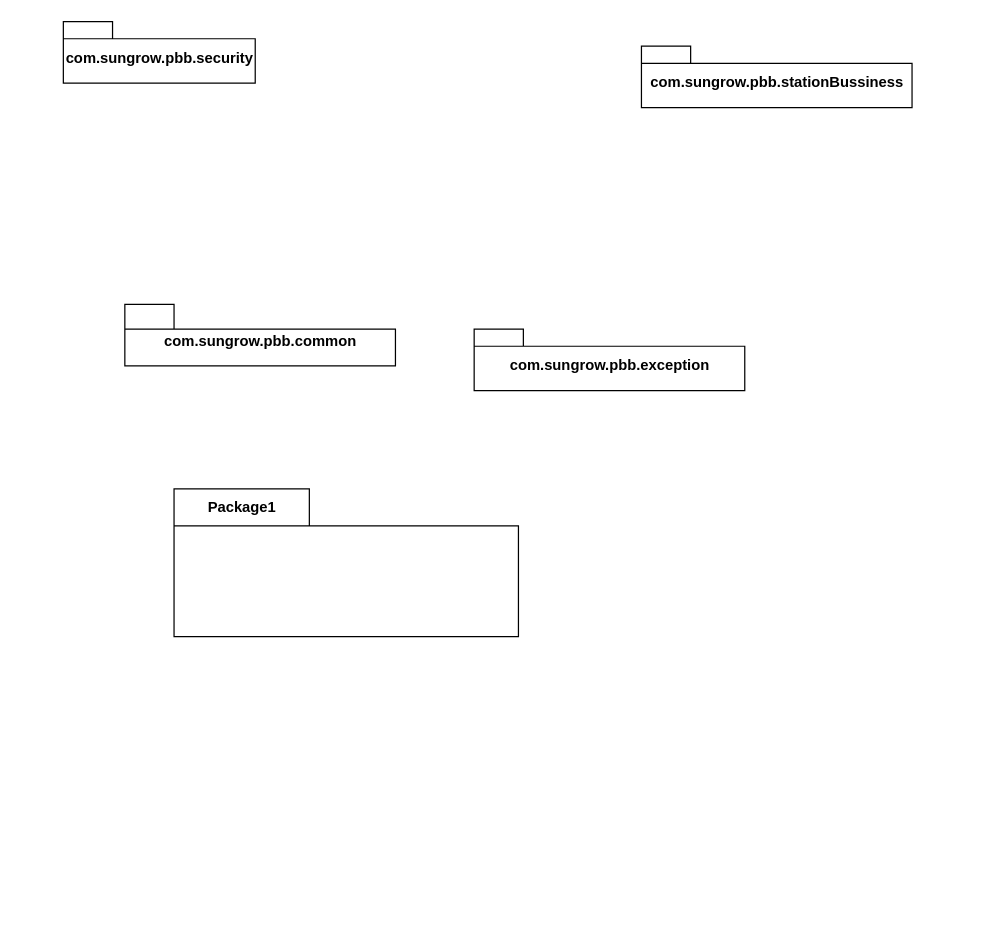
Above: page "静态包结构" (3 of 3) of package.drawio in gg2herry/drawio (draw.io), before the change. Source tidied: cells renumbered, new cells numbered last; positions are measured from the earlier drawing's top-left corner, leaving out a move shared by most shapes. Both pictures are drawn from the tidied source at 123%, with x=0, y=0 at pixel (63, 21).
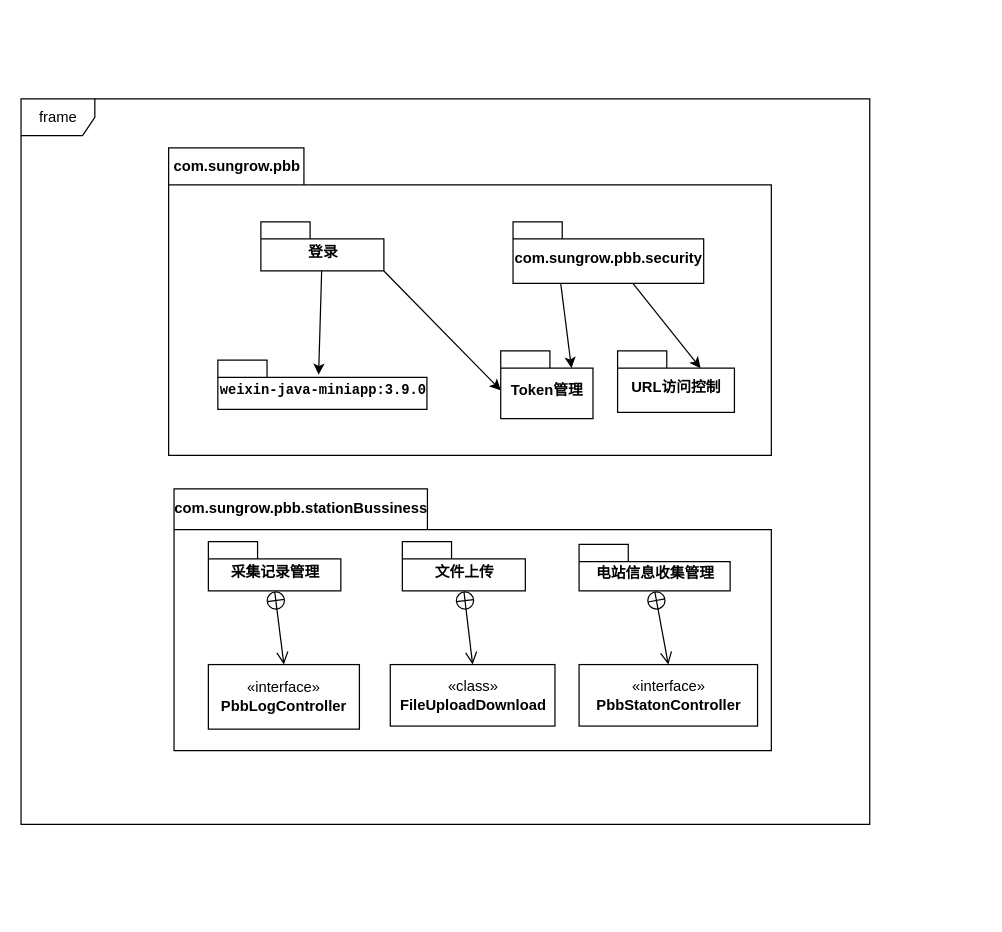
The same page after the edit.

What changed in the source:
```diff
@@
+    <mxCell id="7" style="group;" parent="1" vertex="1">
+      <mxGeometry x="85.6" y="102.8" width="660" height="620" as="geometry" />
+    </mxCell>
+    <mxCell id="8" style="group;" parent="7" vertex="1">
+      <mxGeometry width="570" height="550" as="geometry" />
+    </mxCell>
+    <mxCell id="9" value="frame" style="shape=umlFrame;whiteSpace=wrap;html=1;" parent="8" vertex="1">
+      <mxGeometry x="-120" y="-40" width="690" height="590" as="geometry" />
+    </mxCell>
+    <mxCell id="10" value="com.sungrow.pbb" style="shape=folder;fontStyle=1;tabWidth=110;tabHeight=30;tabPosition=left;html=1;boundedLbl=1;labelInHeader=1;" parent="8" vertex="1">
+      <mxGeometry width="490" height="250" as="geometry" />
+    </mxCell>
-    <mxCell id="2" value="com.sungrow.pbb.security" style="shape=folder;fontStyle=1;spacingTop=10;tabWidth=40;tabHeight=14;tabPosition=left;html=1;align=center;" parent="1" vertex="1">
-      <mxGeometry width="156" height="50" as="geometry" />
+    <mxCell id="2" value="com.sungrow.pbb.security" style="shape=folder;fontStyle=1;spacingTop=10;tabWidth=40;tabHeight=14;tabPosition=left;html=1;align=center;" parent="8" vertex="1">
+      <mxGeometry x="280" y="60" width="155" height="50" as="geometry" />
     </mxCell>
-    <mxCell id="3" value="com.sungrow.pbb.stationBussiness" style="shape=folder;fontStyle=1;spacingTop=10;tabWidth=40;tabHeight=14;tabPosition=left;html=1;align=center;" parent="1" vertex="1">
-      <mxGeometry x="470" y="20" width="220" height="50" as="geometry" />
-    </mxCell>
-    <mxCell id="4" value="com.sungrow.pbb.common" style="shape=folder;fontStyle=1;spacingTop=10;tabWidth=40;tabHeight=20;tabPosition=left;html=1;align=center;" parent="1" vertex="1">
-      <mxGeometry x="50" y="230" width="220" height="50" as="geometry" />
-    </mxCell>
-    <mxCell id="5" value="com.sungrow.pbb.exception&lt;br&gt;" style="shape=folder;fontStyle=1;spacingTop=10;tabWidth=40;tabHeight=14;tabPosition=left;html=1;align=center;" parent="1" vertex="1">
-      <mxGeometry x="334" y="250" width="220" height="50" as="geometry" />
-    </mxCell>
+    <mxCell id="11" value="登录" style="shape=folder;fontStyle=1;spacingTop=10;tabWidth=40;tabHeight=14;tabPosition=left;html=1;align=center;" parent="8" vertex="1">
+      <mxGeometry x="75" y="60" width="100" height="40" as="geometry" />
+    </mxCell>
+    <mxCell id="12" style="edgeStyle=none;rounded=0;jettySize=auto;html=1;exitX=0.25;exitY=1;exitDx=0;exitDy=0;exitPerimeter=0;entryX=0;entryY=0;entryDx=57.5;entryDy=14;entryPerimeter=0;" parent="8" edge="1" source="2" target="17">
+      <mxGeometry y="-10" as="geometry" />
+    </mxCell>
+    <mxCell id="13" value="URL访问控制" style="shape=folder;fontStyle=1;spacingTop=10;tabWidth=40;tabHeight=14;tabPosition=left;html=1;align=center;" parent="8" vertex="1">
+      <mxGeometry x="365" y="165" width="95" height="50" as="geometry" />
+    </mxCell>
+    <mxCell id="14" style="edgeStyle=none;rounded=0;jettySize=auto;html=1;entryX=0;entryY=0;entryDx=67.5;entryDy=14;entryPerimeter=0;" parent="8" edge="1" source="2" target="13">
+      <mxGeometry y="-10" as="geometry" />
+    </mxCell>
+    <mxCell id="15" value="&lt;pre style=&quot;font-family: &amp;#34;consolas&amp;#34; ; font-size: 8.4pt&quot;&gt;&lt;span style=&quot;background-color: rgb(255 , 255 , 255)&quot;&gt;weixin-java-miniapp:3.9.0&lt;/span&gt;&lt;/pre&gt;" style="shape=folder;fontStyle=1;spacingTop=10;tabWidth=40;tabHeight=14;tabPosition=left;html=1;align=center;" parent="8" vertex="1">
+      <mxGeometry x="40" y="172.5" width="170" height="40" as="geometry" />
+    </mxCell>
+    <mxCell id="16" style="edgeStyle=none;rounded=0;jettySize=auto;html=1;entryX=0.482;entryY=0.295;entryDx=0;entryDy=0;entryPerimeter=0;" parent="8" edge="1" source="11" target="15">
+      <mxGeometry y="-10" as="geometry" />
+    </mxCell>
+    <mxCell id="17" value="Token管理" style="shape=folder;fontStyle=1;spacingTop=10;tabWidth=40;tabHeight=14;tabPosition=left;html=1;align=center;" parent="8" vertex="1">
+      <mxGeometry x="270" y="165" width="75" height="55" as="geometry" />
+    </mxCell>
+    <mxCell id="18" style="edgeStyle=none;rounded=0;jettySize=auto;html=1;exitX=0;exitY=0;exitDx=100;exitDy=40;exitPerimeter=0;entryX=0;entryY=0;entryDx=0;entryDy=32;entryPerimeter=0;" parent="8" edge="1" source="11" target="17">
+      <mxGeometry relative="1" as="geometry" />
+    </mxCell>
-    <mxCell id="6" value="Package1" style="shape=folder;fontStyle=1;tabWidth=110;tabHeight=30;tabPosition=left;html=1;boundedLbl=1;labelInHeader=1;" parent="1" vertex="1">
-      <mxGeometry x="90" y="380" width="280" height="120" as="geometry" />
+    <mxCell id="6" value="com.sungrow.pbb.stationBussiness" style="shape=folder;fontStyle=1;tabWidth=206;tabHeight=33;tabPosition=left;html=1;boundedLbl=1;labelInHeader=1;" parent="1" vertex="1">
+      <mxGeometry x="90" y="380" width="485.6" height="212.8" as="geometry" />
     </mxCell>
+    <mxCell id="19" value="文件上传" style="shape=folder;fontStyle=1;spacingTop=10;tabWidth=40;tabHeight=14;tabPosition=left;html=1;" parent="1" vertex="1">
+      <mxGeometry x="275.6" y="422.8" width="100" height="40" as="geometry" />
+    </mxCell>
+    <mxCell id="20" value="采集记录管理" style="shape=folder;fontStyle=1;spacingTop=10;tabWidth=40;tabHeight=14;tabPosition=left;html=1;" parent="1" vertex="1">
+      <mxGeometry x="117.9" y="422.8" width="107.7" height="40" as="geometry" />
+    </mxCell>
+    <mxCell id="21" value="电站信息收集管理" style="shape=folder;fontStyle=1;spacingTop=10;tabWidth=40;tabHeight=14;tabPosition=left;html=1;" parent="1" vertex="1">
+      <mxGeometry x="419.3" y="425.1" width="122.8" height="37.7" as="geometry" />
+    </mxCell>
+    <mxCell id="22" value="«interface»&lt;br&gt;&lt;b&gt;PbbLogController&lt;/b&gt;" style="html=1;" parent="1" vertex="1">
+      <mxGeometry x="117.9" y="522.8" width="122.8" height="52.5" as="geometry" />
+    </mxCell>
+    <mxCell id="23" value="«interface»&lt;br&gt;&lt;b&gt;PbbStatonController&lt;/b&gt;" style="html=1;" parent="1" vertex="1">
+      <mxGeometry x="419.3" y="522.8" width="145.1" height="50" as="geometry" />
+    </mxCell>
+    <mxCell id="24" value="«class»&lt;br&gt;&lt;b&gt;FileUploadDownload&lt;/b&gt;" style="html=1;" parent="1" vertex="1">
+      <mxGeometry x="265.8" y="522.8" width="133.9" height="50" as="geometry" />
+    </mxCell>
+    <mxCell id="25" style="endArrow=open;startArrow=circlePlus;endFill=0;startFill=0;endSize=8;html=1;entryX=0.5;entryY=0;entryDx=0;entryDy=0;exitX=0.5;exitY=1;exitDx=0;exitDy=0;exitPerimeter=0;" parent="1" edge="1" source="20" target="22">
+      <mxGeometry x="300" y="670" as="geometry" />
+    </mxCell>
+    <mxCell id="26" style="endArrow=open;startArrow=circlePlus;endFill=0;startFill=0;endSize=8;html=1;entryX=0.5;entryY=0;entryDx=0;entryDy=0;exitX=0.5;exitY=1;exitDx=0;exitDy=0;exitPerimeter=0;" parent="1" edge="1" source="19" target="24">
+      <mxGeometry x="300" y="670" as="geometry" />
+    </mxCell>
+    <mxCell id="27" style="endArrow=open;startArrow=circlePlus;endFill=0;startFill=0;endSize=8;html=1;exitX=0.5;exitY=1;exitDx=0;exitDy=0;exitPerimeter=0;entryX=0.5;entryY=0;entryDx=0;entryDy=0;" parent="1" edge="1" source="21" target="23">
+      <mxGeometry x="300" y="670" as="geometry" />
+    </mxCell>
```
